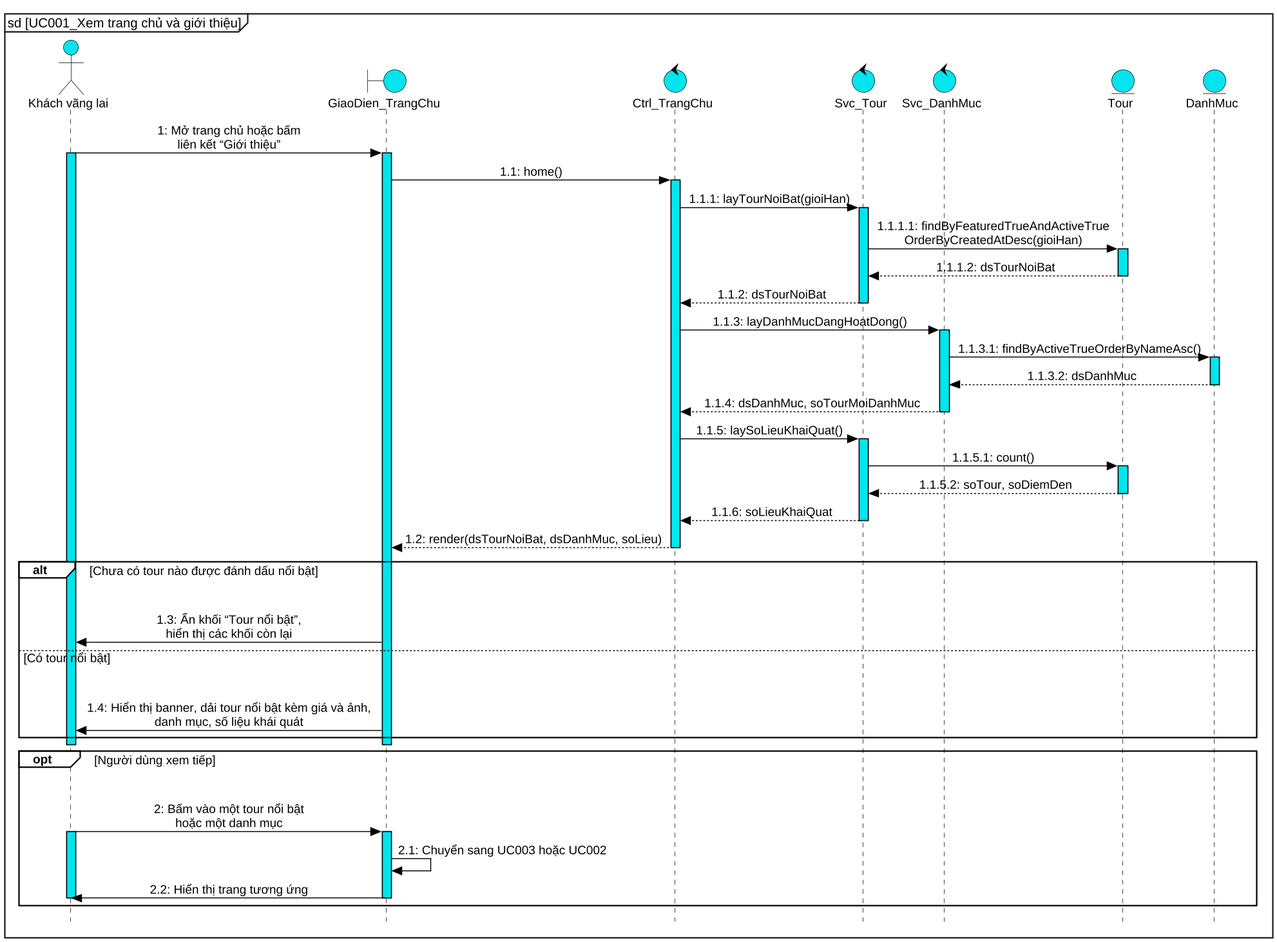
kanele05/project_www keeps this PlantUML diagram as docs/report/diagrams/png/UC001_sequence.png. Above is the earlier version. The source it was exported from:
```plantuml
@startuml UC001_sequence
skinparam dpi 140
skinparam defaultFontName "Liberation Sans"
skinparam defaultFontSize 13
skinparam backgroundColor white
skinparam shadowing false
skinparam style strictuml
hide footbox
skinparam maxMessageSize 420
skinparam sequenceMessageAlign center
skinparam responseMessageBelowArrow false
skinparam ArrowColor black
skinparam ParticipantPadding 90
skinparam BoxPadding 6
skinparam sequence {
  ArrowColor black
  LifeLineBorderColor black
  LifeLineBackgroundColor #00E5EE
  ParticipantBackgroundColor #00E5EE
  ParticipantBorderColor black
  ActorBackgroundColor #00E5EE
  ActorBorderColor black
  GroupBorderColor black
  GroupBackgroundColor white
  GroupHeaderFontStyle bold
  GroupFontStyle plain
  GroupBorderThickness 1.2
}
skinparam note {
  BackgroundColor transparent
  BorderColor transparent
  FontColor transparent
}
skinparam BoundaryBackgroundColor #00E5EE
skinparam BoundaryBorderColor black
skinparam ControlBackgroundColor #00E5EE
skinparam ControlBorderColor black
skinparam EntityBackgroundColor #00E5EE
skinparam EntityBorderColor black
skinparam ActorBackgroundColor #00E5EE
skinparam ActorBorderColor black
mainframe sd [UC001_Xem trang chủ và giới thiệu]
actor "Khách vãng lai" as kh
boundary "GiaoDien_TrangChu" as ui
control "Ctrl_TrangChu" as ctrl
control "Svc_Tour" as svct
control "Svc_DanhMuc" as svcd
entity "Tour" as tour
entity "DanhMuc" as dm

kh -> ui : 1: Mở trang chủ hoặc bấm\nliên kết “Giới thiệu”
activate kh #00E5EE
activate ui #00E5EE
ui -> ctrl : 1.1: home()
activate ctrl #00E5EE
ctrl -> svct : 1.1.1: layTourNoiBat(gioiHan)
activate svct #00E5EE
svct -> tour : 1.1.1.1: findByFeaturedTrueAndActiveTrue\nOrderByCreatedAtDesc(gioiHan)
activate tour #00E5EE
return 1.1.1.2: dsTourNoiBat
return 1.1.2: dsTourNoiBat
ctrl -> svcd : 1.1.3: layDanhMucDangHoatDong()
activate svcd #00E5EE
svcd -> dm : 1.1.3.1: findByActiveTrueOrderByNameAsc()
activate dm #00E5EE
return 1.1.3.2: dsDanhMuc
return 1.1.4: dsDanhMuc, soTourMoiDanhMuc
ctrl -> svct : 1.1.5: laySoLieuKhaiQuat()
activate svct #00E5EE
svct -> tour : 1.1.5.1: count()
activate tour #00E5EE
return 1.1.5.2: soTour, soDiemDen
return 1.1.6: soLieuKhaiQuat
ctrl --> ui : 1.2: render(dsTourNoiBat, dsDanhMuc, soLieu)
deactivate ctrl
alt Chưa có tour nào được đánh dấu nổi bật
  hnote over kh, dm : .
  ui -> kh : 1.3: Ẩn khối “Tour nổi bật”,\nhiển thị các khối còn lại
else Có tour nổi bật
  hnote over kh, dm : .
  ui -> kh : 1.4: Hiển thị banner, dải tour nổi bật kèm giá và ảnh,\ndanh mục, số liệu khái quát
end
deactivate ui
deactivate kh

opt Người dùng xem tiếp
  hnote over kh, dm : .
  kh -> ui : 2: Bấm vào một tour nổi bật\nhoặc một danh mục
  activate kh #00E5EE
  activate ui #00E5EE
  ui -> ui : 2.1: Chuyển sang UC003 hoặc UC002
  ui -> kh : 2.2: Hiển thị trang tương ứng
  deactivate ui
  deactivate kh
end
@enduml
```
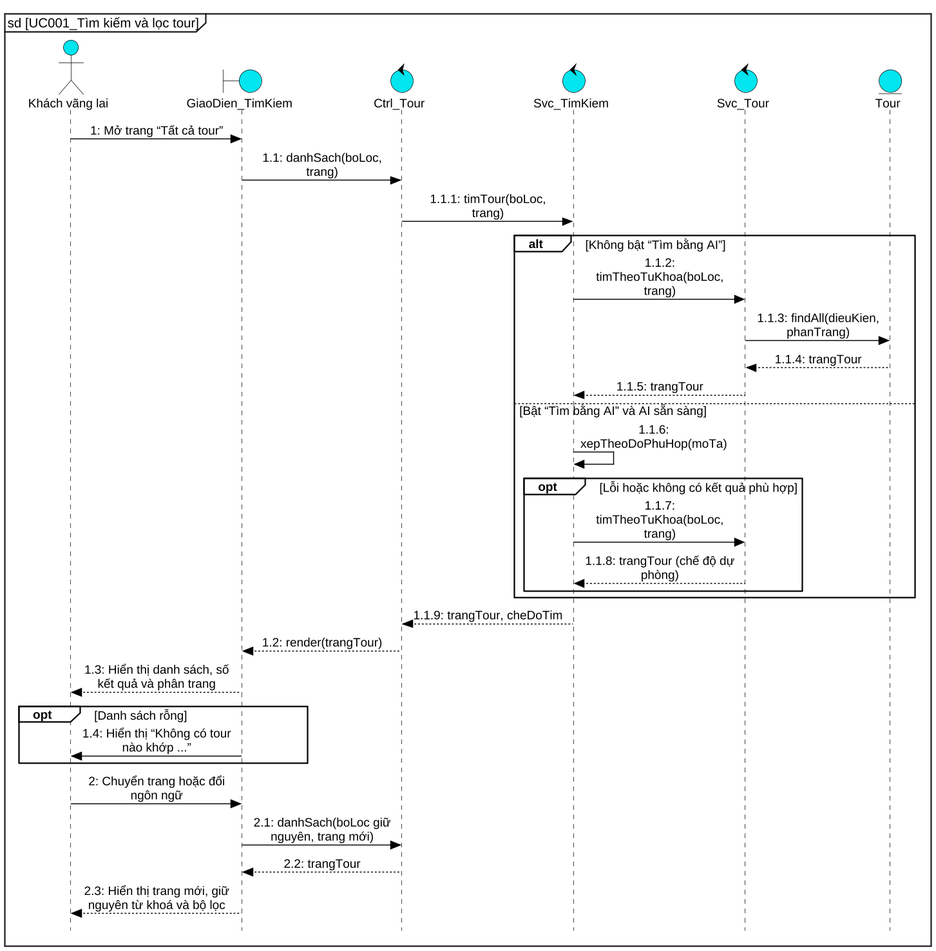
Later version of the same file.

Diff of the diagram source:
```diff
@@ -6,11 +6,11 @@
 skinparam shadowing false
 skinparam style strictuml
 hide footbox
-skinparam maxMessageSize 420
+skinparam maxMessageSize 160
 skinparam sequenceMessageAlign center
 skinparam responseMessageBelowArrow false
 skinparam ArrowColor black
-skinparam ParticipantPadding 90
+skinparam ParticipantPadding 12
 skinparam BoxPadding 6
 skinparam sequence {
   ArrowColor black
@@ -39,58 +39,37 @@
 skinparam EntityBorderColor black
 skinparam ActorBackgroundColor #00E5EE
 skinparam ActorBorderColor black
-mainframe sd [UC001_Xem trang chủ và giới thiệu]
+mainframe sd [UC001_Tìm kiếm và lọc tour]
+
 actor "Khách vãng lai" as kh
-boundary "GiaoDien_TrangChu" as ui
-control "Ctrl_TrangChu" as ctrl
-control "Svc_Tour" as svct
-control "Svc_DanhMuc" as svcd
+boundary "GiaoDien_TimKiem" as ui
+control "Ctrl_Tour" as ctrl
+control "Svc_TimKiem" as tk
+control "Svc_Tour" as svc
 entity "Tour" as tour
-entity "DanhMuc" as dm
-
-kh -> ui : 1: Mở trang chủ hoặc bấm\nliên kết “Giới thiệu”
-activate kh #00E5EE
-activate ui #00E5EE
-ui -> ctrl : 1.1: home()
-activate ctrl #00E5EE
-ctrl -> svct : 1.1.1: layTourNoiBat(gioiHan)
-activate svct #00E5EE
-svct -> tour : 1.1.1.1: findByFeaturedTrueAndActiveTrue\nOrderByCreatedAtDesc(gioiHan)
-activate tour #00E5EE
-return 1.1.1.2: dsTourNoiBat
-return 1.1.2: dsTourNoiBat
-ctrl -> svcd : 1.1.3: layDanhMucDangHoatDong()
-activate svcd #00E5EE
-svcd -> dm : 1.1.3.1: findByActiveTrueOrderByNameAsc()
-activate dm #00E5EE
-return 1.1.3.2: dsDanhMuc
-return 1.1.4: dsDanhMuc, soTourMoiDanhMuc
-ctrl -> svct : 1.1.5: laySoLieuKhaiQuat()
-activate svct #00E5EE
-svct -> tour : 1.1.5.1: count()
-activate tour #00E5EE
-return 1.1.5.2: soTour, soDiemDen
-return 1.1.6: soLieuKhaiQuat
-ctrl --> ui : 1.2: render(dsTourNoiBat, dsDanhMuc, soLieu)
-deactivate ctrl
-alt Chưa có tour nào được đánh dấu nổi bật
-  hnote over kh, dm : .
-  ui -> kh : 1.3: Ẩn khối “Tour nổi bật”,\nhiển thị các khối còn lại
-else Có tour nổi bật
-  hnote over kh, dm : .
-  ui -> kh : 1.4: Hiển thị banner, dải tour nổi bật kèm giá và ảnh,\ndanh mục, số liệu khái quát
+kh -> ui : 1: Mở trang “Tất cả tour”
+ui -> ctrl : 1.1: danhSach(boLoc, trang)
+ctrl -> tk : 1.1.1: timTour(boLoc, trang)
+alt Không bật “Tìm bằng AI”
+  tk -> svc : 1.1.2: timTheoTuKhoa(boLoc, trang)
+  svc -> tour : 1.1.3: findAll(dieuKien, phanTrang)
+  tour --> svc : 1.1.4: trangTour
+  svc --> tk : 1.1.5: trangTour
+else Bật “Tìm bằng AI” và AI sẵn sàng
+  tk -> tk : 1.1.6: xepTheoDoPhuHop(moTa)
+  opt Lỗi hoặc không có kết quả phù hợp
+    tk -> svc : 1.1.7: timTheoTuKhoa(boLoc, trang)
+    svc --> tk : 1.1.8: trangTour (chế độ dự phòng)
+  end
 end
-deactivate ui
-deactivate kh
-
-opt Người dùng xem tiếp
-  hnote over kh, dm : .
-  kh -> ui : 2: Bấm vào một tour nổi bật\nhoặc một danh mục
-  activate kh #00E5EE
-  activate ui #00E5EE
-  ui -> ui : 2.1: Chuyển sang UC003 hoặc UC002
-  ui -> kh : 2.2: Hiển thị trang tương ứng
-  deactivate ui
-  deactivate kh
+tk --> ctrl : 1.1.9: trangTour, cheDoTim
+ctrl --> ui : 1.2: render(trangTour)
+ui --> kh : 1.3: Hiển thị danh sách, số kết quả và phân trang
+opt Danh sách rỗng
+  ui -> kh : 1.4: Hiển thị “Không có tour nào khớp ...”
 end
+kh -> ui : 2: Chuyển trang hoặc đổi ngôn ngữ
+ui -> ctrl : 2.1: danhSach(boLoc giữ nguyên, trang mới)
+ctrl --> ui : 2.2: trangTour
+ui --> kh : 2.3: Hiển thị trang mới, giữ nguyên từ khoá và bộ lọc
 @enduml
```
